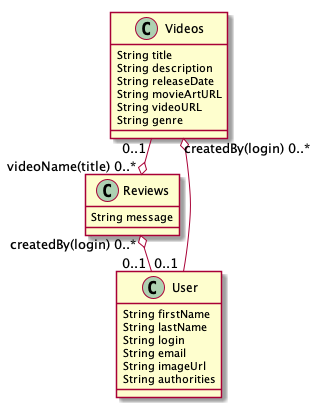
Earlier version of the PlantUML export zipflix/jhipster-jdl-3.png (ZipFlix/ZipFlix). Its diagram source:
```plantuml
@startuml
	!pragma layout smetana
	!pragma syntax class
	class Videos  {
		String title
		String description
		String releaseDate
		String movieArtURL
		String videoURL
		String genre
	}
	class Reviews  {
		String message
	}
	Videos  "createdBy(login) 0..* " o-- "0..1 "  User
	Videos  "0..1 " --o "videoName(title) 0..* "  Reviews
	Reviews  "createdBy(login) 0..* " o-- "0..1 "  User
	class User  {
		String firstName
		String lastName
		String login
		String email
		String imageUrl
		String authorities
	}
@enduml
```
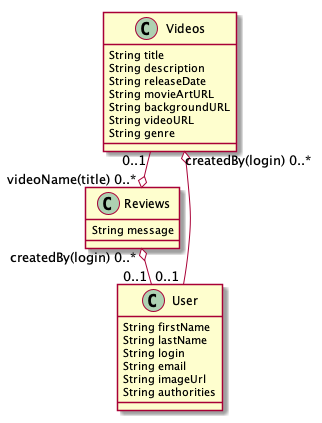
Above is the later version.

Diff of the diagram source:
```diff
@@ -6,6 +6,7 @@
 		String description
 		String releaseDate
 		String movieArtURL
+		String backgroundURL
 		String videoURL
 		String genre
 	}
```
